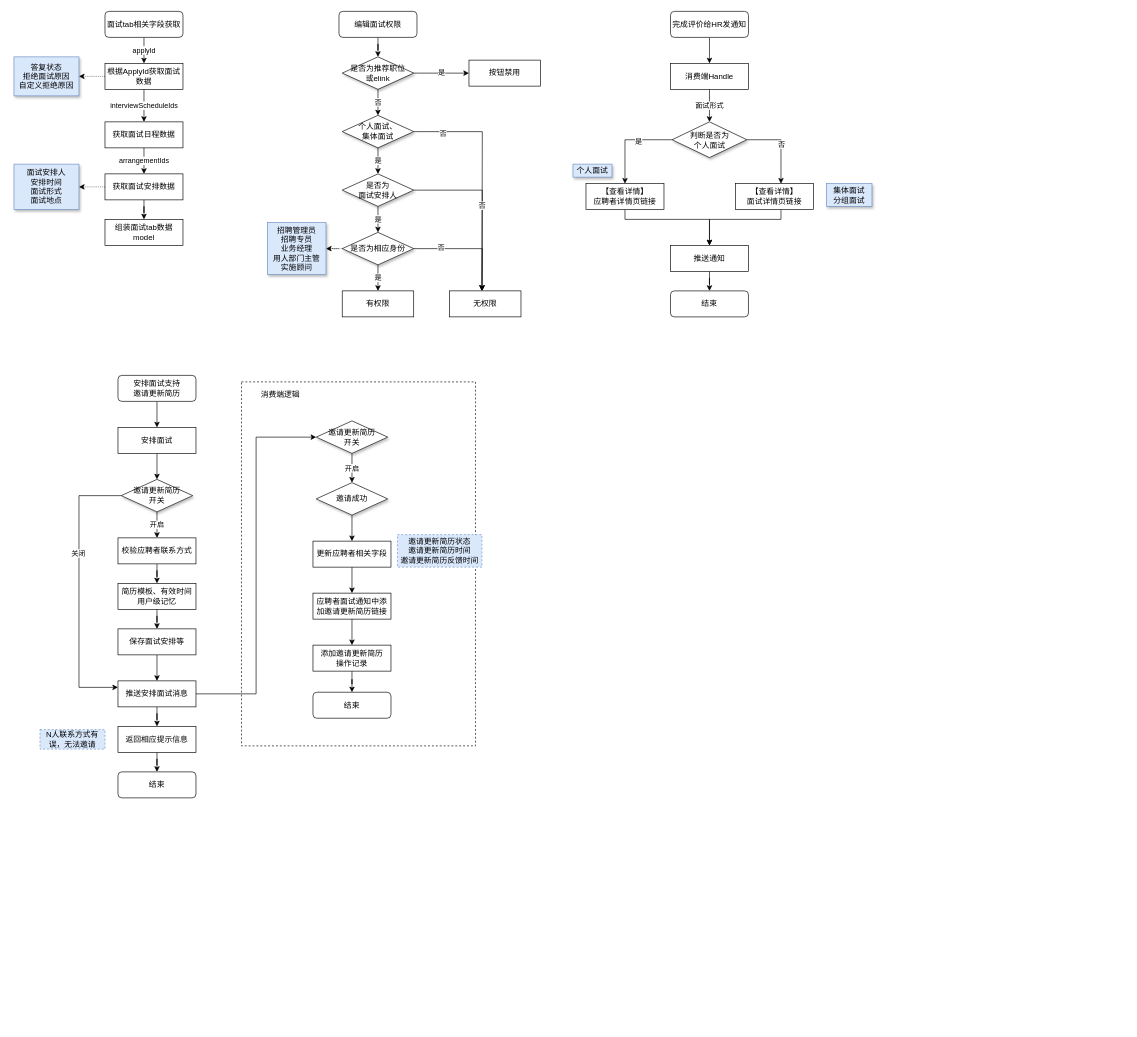
This is 未命名绘图.drawio from mozhu33/Diagrams, a draw.io file, before an edit. Source tidied: cells renumbered, new cells numbered last; positions are measured from the earlier drawing's top-left corner, leaving out a move shared by most shapes. Both pictures are drawn from the tidied source at 65%, with x=0, y=0 at pixel (14, 11).
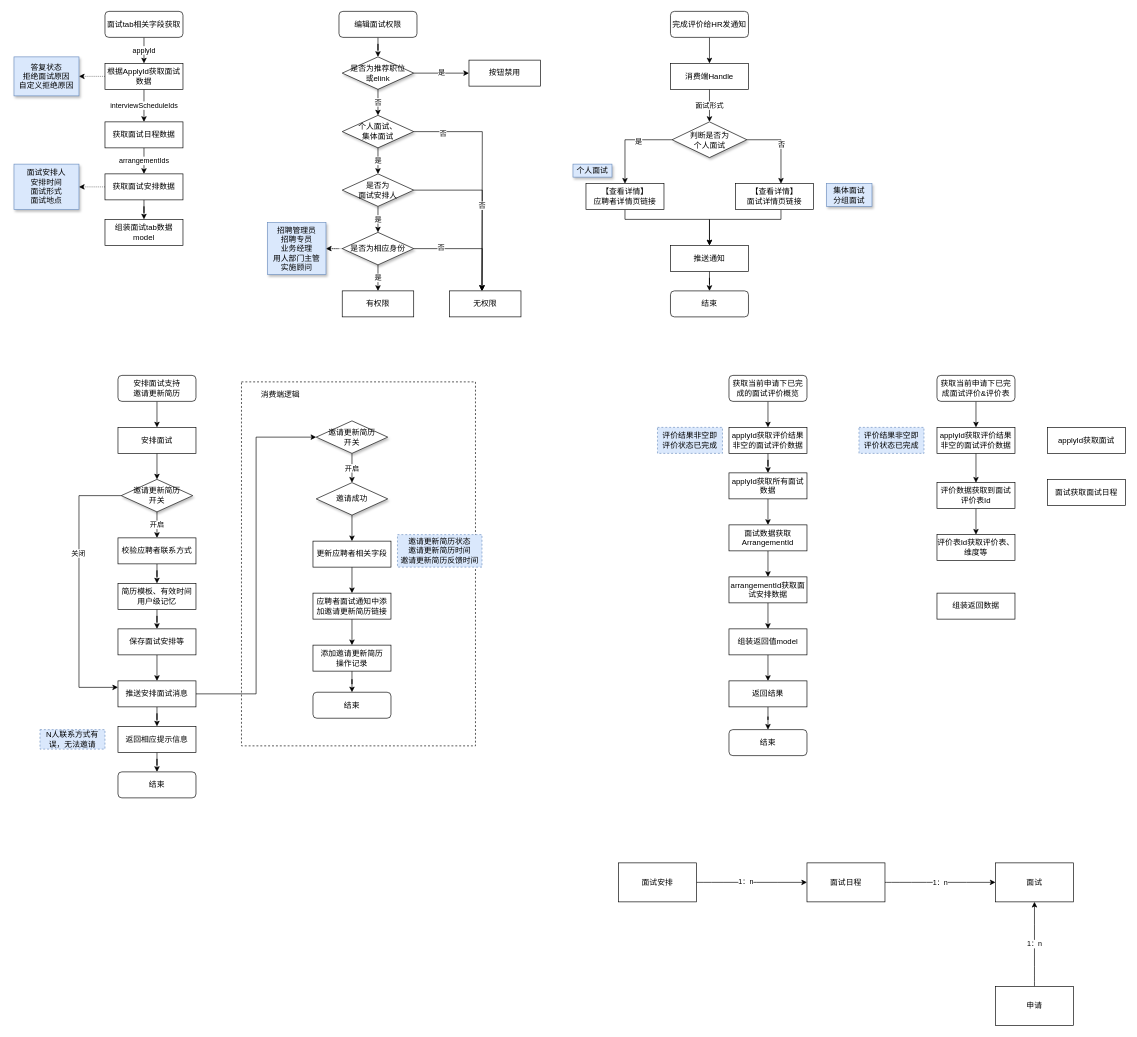
Above is the later version.

Commit message:
Update 未命名绘图.drawio

The edit, as a diff of the source:
```diff
@@
+    <mxCell id="89" style="edgeStyle=orthogonalEdgeStyle;rounded=0;jettySize=auto;html=1;" parent="1" edge="1" source="90" target="92">
+      <mxGeometry relative="1" as="geometry" />
+    </mxCell>
+    <mxCell id="90" value="获取当前申请下已完成的面试评价概览" style="rounded=1;whiteSpace=wrap;html=1;" parent="1" vertex="1">
+      <mxGeometry x="1100" y="560" width="120" height="40" as="geometry" />
+    </mxCell>
+    <mxCell id="91" style="edgeStyle=orthogonalEdgeStyle;rounded=0;jettySize=auto;html=1;" parent="1" edge="1" source="92" target="94">
+      <mxGeometry relative="1" as="geometry" />
+    </mxCell>
+    <mxCell id="92" value="applyId获取评价结果非空的面试评价数据" style="rounded=0;whiteSpace=wrap;html=1;" parent="1" vertex="1">
+      <mxGeometry x="1100" y="640" width="120" height="40" as="geometry" />
+    </mxCell>
+    <mxCell id="93" style="edgeStyle=orthogonalEdgeStyle;rounded=0;jettySize=auto;html=1;" parent="1" edge="1" source="94" target="96">
+      <mxGeometry relative="1" as="geometry" />
+    </mxCell>
+    <mxCell id="94" value="applyId获取所有面试数据" style="rounded=0;whiteSpace=wrap;html=1;" parent="1" vertex="1">
+      <mxGeometry x="1100" y="710" width="120" height="40" as="geometry" />
+    </mxCell>
+    <mxCell id="95" style="edgeStyle=orthogonalEdgeStyle;rounded=0;jettySize=auto;html=1;" parent="1" edge="1" source="96" target="100">
+      <mxGeometry relative="1" as="geometry" />
+    </mxCell>
+    <mxCell id="96" value="面试数据获取ArrangementId" style="rounded=0;whiteSpace=wrap;html=1;" parent="1" vertex="1">
+      <mxGeometry x="1100" y="790" width="120" height="40" as="geometry" />
+    </mxCell>
+    <mxCell id="97" style="edgeStyle=orthogonalEdgeStyle;rounded=0;jettySize=auto;html=1;" parent="1" edge="1" source="98" target="102">
+      <mxGeometry relative="1" as="geometry" />
+    </mxCell>
+    <mxCell id="98" value="组装返回值model" style="rounded=0;whiteSpace=wrap;html=1;" parent="1" vertex="1">
+      <mxGeometry x="1100" y="950" width="120" height="40" as="geometry" />
+    </mxCell>
+    <mxCell id="99" style="edgeStyle=orthogonalEdgeStyle;rounded=0;jettySize=auto;html=1;" parent="1" edge="1" source="100" target="98">
+      <mxGeometry relative="1" as="geometry" />
+    </mxCell>
+    <mxCell id="100" value="arrangementId获取面试安排数据" style="rounded=0;whiteSpace=wrap;html=1;" parent="1" vertex="1">
+      <mxGeometry x="1100" y="870" width="120" height="40" as="geometry" />
+    </mxCell>
+    <mxCell id="101" style="edgeStyle=orthogonalEdgeStyle;rounded=0;jettySize=auto;html=1;" parent="1" edge="1" source="102" target="103">
+      <mxGeometry relative="1" as="geometry" />
+    </mxCell>
+    <mxCell id="102" value="返回结果" style="rounded=0;whiteSpace=wrap;html=1;" parent="1" vertex="1">
+      <mxGeometry x="1100" y="1030" width="120" height="40" as="geometry" />
+    </mxCell>
+    <mxCell id="103" value="结束" style="rounded=1;whiteSpace=wrap;html=1;" parent="1" vertex="1">
+      <mxGeometry x="1100" y="1105" width="120" height="40" as="geometry" />
+    </mxCell>
+    <mxCell id="104" style="edgeStyle=orthogonalEdgeStyle;rounded=0;jettySize=auto;html=1;" parent="1" edge="1" source="105" target="107">
+      <mxGeometry relative="1" as="geometry" />
+    </mxCell>
+    <mxCell id="105" value="获取当前申请下已完成面试评价&amp;amp;评价表" style="rounded=1;whiteSpace=wrap;html=1;" parent="1" vertex="1">
+      <mxGeometry x="1420" y="560" width="120" height="40" as="geometry" />
+    </mxCell>
+    <mxCell id="106" style="edgeStyle=orthogonalEdgeStyle;rounded=0;jettySize=auto;html=1;" parent="1" edge="1" source="107" target="111">
+      <mxGeometry relative="1" as="geometry" />
+    </mxCell>
+    <mxCell id="107" value="applyId获取评价结果非空的面试评价数据" style="rounded=0;whiteSpace=wrap;html=1;" parent="1" vertex="1">
+      <mxGeometry x="1420" y="640" width="120" height="40" as="geometry" />
+    </mxCell>
+    <mxCell id="108" value="评价结果非空即&lt;br&gt;评价状态已完成" style="text;html=1;strokeColor=#6c8ebf;fillColor=#dae8fc;align=center;verticalAlign=middle;whiteSpace=wrap;rounded=0;dashed=1;" parent="1" vertex="1">
+      <mxGeometry x="990" y="640" width="100" height="40" as="geometry" />
+    </mxCell>
+    <mxCell id="109" value="评价结果非空即&lt;br&gt;评价状态已完成" style="text;html=1;strokeColor=#6c8ebf;fillColor=#dae8fc;align=center;verticalAlign=middle;whiteSpace=wrap;rounded=0;dashed=1;" parent="1" vertex="1">
+      <mxGeometry x="1300" y="640" width="100" height="40" as="geometry" />
+    </mxCell>
+    <mxCell id="110" style="edgeStyle=orthogonalEdgeStyle;rounded=0;jettySize=auto;html=1;" parent="1" edge="1" source="111" target="112">
+      <mxGeometry relative="1" as="geometry" />
+    </mxCell>
+    <mxCell id="111" value="评价数据获取到面试评价表Id" style="rounded=0;whiteSpace=wrap;html=1;" parent="1" vertex="1">
+      <mxGeometry x="1420" y="725" width="120" height="40" as="geometry" />
+    </mxCell>
+    <mxCell id="112" value="评价表Id获取评价表、维度等" style="rounded=0;whiteSpace=wrap;html=1;" parent="1" vertex="1">
+      <mxGeometry x="1420" y="805" width="120" height="40" as="geometry" />
+    </mxCell>
+    <mxCell id="113" value="组装返回数据" style="rounded=0;whiteSpace=wrap;html=1;" parent="1" vertex="1">
+      <mxGeometry x="1420" y="895" width="120" height="40" as="geometry" />
+    </mxCell>
+    <mxCell id="114" value="applyId获取面试" style="rounded=0;whiteSpace=wrap;html=1;" parent="1" vertex="1">
+      <mxGeometry x="1590" y="640" width="120" height="40" as="geometry" />
+    </mxCell>
+    <mxCell id="115" value="面试获取面试日程" style="rounded=0;whiteSpace=wrap;html=1;" parent="1" vertex="1">
+      <mxGeometry x="1590" y="720" width="120" height="40" as="geometry" />
+    </mxCell>
+    <mxCell id="116" style="edgeStyle=none;curved=1;jettySize=auto;html=1;entryX=0;entryY=0.5;entryDx=0;entryDy=0;" parent="1" edge="1" source="118" target="120">
+      <mxGeometry relative="1" as="geometry" />
+    </mxCell>
+    <mxCell id="117" value="1：n" style="edgeLabel;html=1;align=center;verticalAlign=middle;" parent="116" vertex="1">
+      <mxGeometry x="-0.12" y="2" relative="1" as="geometry" />
+    </mxCell>
+    <mxCell id="118" value="面试安排" style="rounded=0;whiteSpace=wrap;html=1;" parent="1" vertex="1">
+      <mxGeometry x="930" y="1310" width="120" height="60" as="geometry" />
+    </mxCell>
+    <mxCell id="119" value="1：n" style="edgeStyle=none;curved=1;jettySize=auto;html=1;entryX=0;entryY=0.5;entryDx=0;entryDy=0;" parent="1" edge="1" source="120" target="121">
+      <mxGeometry relative="1" as="geometry" />
+    </mxCell>
+    <mxCell id="120" value="面试日程" style="rounded=0;whiteSpace=wrap;html=1;" parent="1" vertex="1">
+      <mxGeometry x="1220" y="1310" width="120" height="60" as="geometry" />
+    </mxCell>
+    <mxCell id="121" value="面试" style="rounded=0;whiteSpace=wrap;html=1;" parent="1" vertex="1">
+      <mxGeometry x="1510" y="1310" width="120" height="60" as="geometry" />
+    </mxCell>
+    <mxCell id="122" value="1：n" style="edgeStyle=none;curved=1;jettySize=auto;html=1;entryX=0.5;entryY=1;entryDx=0;entryDy=0;" parent="1" edge="1" source="123" target="121">
+      <mxGeometry relative="1" as="geometry" />
+    </mxCell>
+    <mxCell id="123" value="申请" style="rounded=0;whiteSpace=wrap;html=1;fillColor=#ffffff;" parent="1" vertex="1">
+      <mxGeometry x="1510" y="1500" width="120" height="60" as="geometry" />
+    </mxCell>
```
